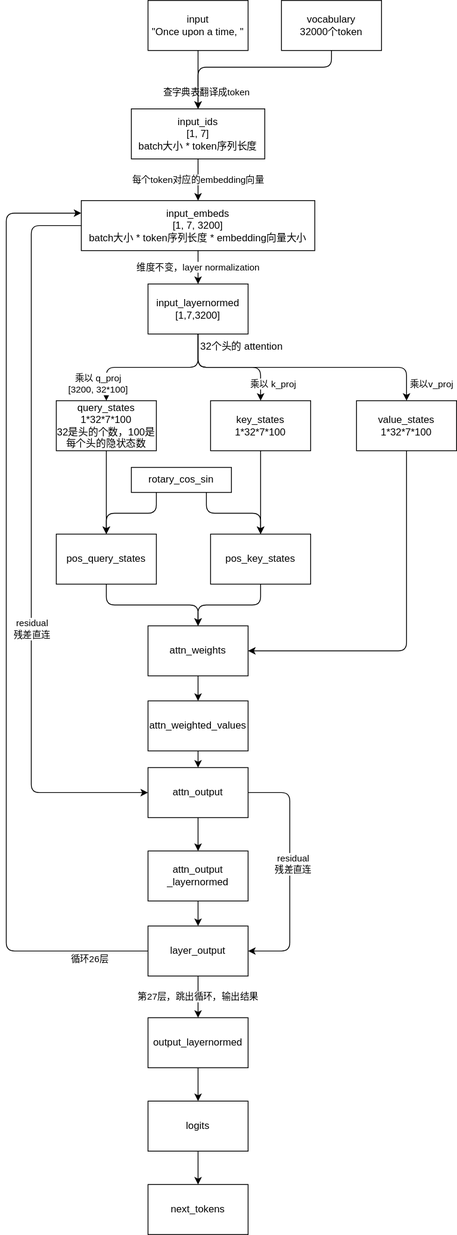
Earlier version of the draw.io export cpu-pytorch/data-flow.drawio.svg (taowen/learn-llama). Source tidied: cells renumbered, new cells last; positions are measured from the earlier drawing's top-left corner, leaving out a move shared by most shapes.
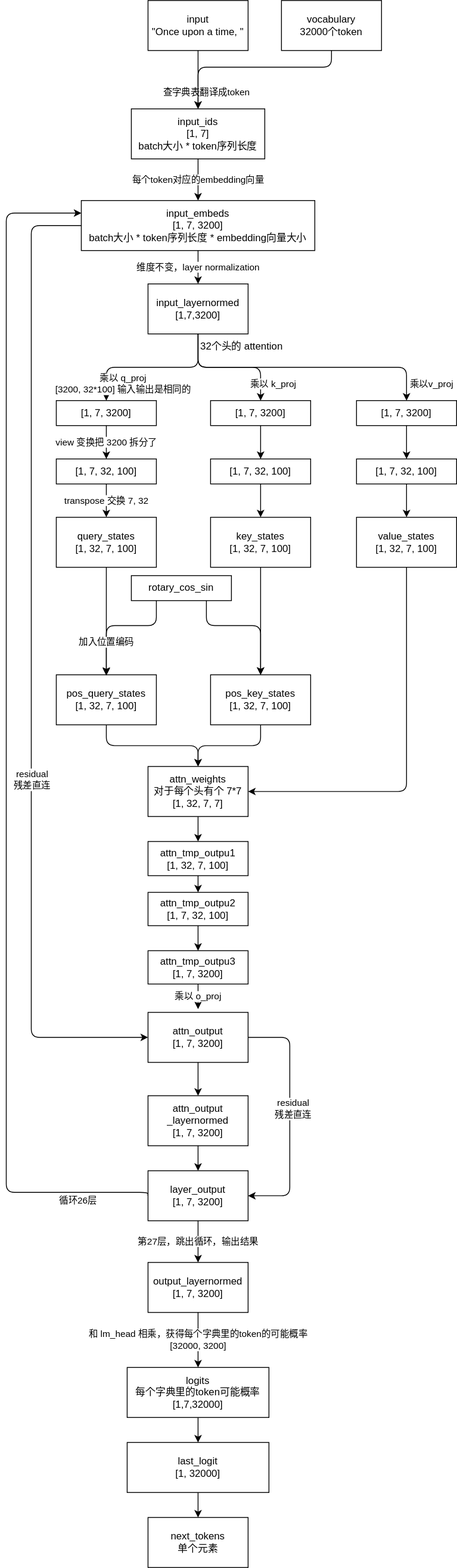
The same diagram one commit later.

What changed in the source:
```diff
@@ -26,7 +26,7 @@
       <mxGeometry relative="1" as="geometry">
         <Array as="points">
           <mxPoint x="30" y="270" />
-          <mxPoint x="30" y="950" />
+          <mxPoint x="30" y="1244" />
         </Array>
       </mxGeometry>
     </mxCell>
@@ -52,53 +52,53 @@
         </Array>
       </mxGeometry>
     </mxCell>
-    <mxCell id="12" value="乘以 q_proj&lt;br&gt;[3200, 32*100]" style="edgeStyle=orthogonalEdgeStyle;html=1;exitX=0.5;exitY=1;exitDx=0;exitDy=0;entryX=0.5;entryY=0;entryDx=0;entryDy=0;" parent="1" edge="1" source="13" target="15">
-      <mxGeometry x="0.79" y="-10" relative="1" as="geometry" />
+    <mxCell id="12" value="乘以 q_proj&lt;br&gt;[3200, 32*100] 输入输出是相同的" style="edgeStyle=orthogonalEdgeStyle;html=1;exitX=0.5;exitY=1;exitDx=0;exitDy=0;entryX=0.5;entryY=0;entryDx=0;entryDy=0;" parent="1" edge="1" source="13" target="15">
+      <mxGeometry x="0.79" y="20" relative="1" as="geometry" />
     </mxCell>
     <mxCell id="13" value="input_layernormed&lt;br&gt;[1,7,3200]" style="rounded=0;whiteSpace=wrap;html=1;" parent="1" vertex="1">
       <mxGeometry x="170" y="340" width="120" height="60" as="geometry" />
     </mxCell>
-    <mxCell id="14" style="edgeStyle=orthogonalEdgeStyle;html=1;exitX=0.5;exitY=1;exitDx=0;exitDy=0;entryX=0.5;entryY=0;entryDx=0;entryDy=0;" parent="1" edge="1" source="15" target="21">
-      <mxGeometry relative="1" as="geometry" />
-    </mxCell>
+    <mxCell id="48" value="view 变换把 3200 拆分了" style="edgeStyle=none;html=1;exitX=0.5;exitY=1;exitDx=0;exitDy=0;" parent="1" edge="1" source="15" target="54">
+      <mxGeometry relative="1" as="geometry" />
+    </mxCell>
-    <mxCell id="15" value="query_states&lt;br&gt;1*32*7*100&lt;br&gt;32是头的个数，100是每个头的隐状态数" style="rounded=0;whiteSpace=wrap;html=1;" parent="1" vertex="1">
-      <mxGeometry x="60" y="480" width="120" height="60" as="geometry" />
+    <mxCell id="15" value="[1, 7, 3200]&lt;br&gt;" style="rounded=0;whiteSpace=wrap;html=1;" parent="1" vertex="1">
+      <mxGeometry x="60" y="480" width="120" height="30" as="geometry" />
     </mxCell>
-    <mxCell id="16" style="edgeStyle=orthogonalEdgeStyle;html=1;exitX=0.5;exitY=1;exitDx=0;exitDy=0;entryX=0.5;entryY=0;entryDx=0;entryDy=0;" parent="1" edge="1" source="17" target="23">
-      <mxGeometry relative="1" as="geometry" />
-    </mxCell>
+    <mxCell id="49" style="edgeStyle=none;html=1;exitX=0.5;exitY=1;exitDx=0;exitDy=0;entryX=0.5;entryY=0;entryDx=0;entryDy=0;" parent="1" edge="1" source="17" target="56">
+      <mxGeometry relative="1" as="geometry" />
+    </mxCell>
-    <mxCell id="17" value="key_states&lt;br&gt;1*32*7*100" style="rounded=0;whiteSpace=wrap;html=1;" parent="1" vertex="1">
-      <mxGeometry x="245" y="480" width="120" height="60" as="geometry" />
+    <mxCell id="17" value="[1, 7, 3200]" style="rounded=0;whiteSpace=wrap;html=1;" parent="1" vertex="1">
+      <mxGeometry x="245" y="480" width="120" height="30" as="geometry" />
     </mxCell>
-    <mxCell id="18" style="edgeStyle=orthogonalEdgeStyle;html=1;exitX=0.5;exitY=1;exitDx=0;exitDy=0;entryX=1;entryY=0.5;entryDx=0;entryDy=0;" parent="1" edge="1" source="19" target="25">
-      <mxGeometry relative="1" as="geometry" />
-    </mxCell>
+    <mxCell id="50" style="edgeStyle=none;html=1;exitX=0.5;exitY=1;exitDx=0;exitDy=0;entryX=0.5;entryY=0;entryDx=0;entryDy=0;" parent="1" edge="1" source="19" target="62">
+      <mxGeometry relative="1" as="geometry" />
+    </mxCell>
-    <mxCell id="19" value="value_states&lt;br&gt;1*32*7*100" style="rounded=0;whiteSpace=wrap;html=1;" parent="1" vertex="1">
-      <mxGeometry x="420" y="480" width="120" height="60" as="geometry" />
+    <mxCell id="19" value="[1, 7, 3200]" style="rounded=0;whiteSpace=wrap;html=1;" parent="1" vertex="1">
+      <mxGeometry x="420" y="480" width="120" height="30" as="geometry" />
     </mxCell>
     <mxCell id="20" style="edgeStyle=orthogonalEdgeStyle;html=1;exitX=0.5;exitY=1;exitDx=0;exitDy=0;entryX=0.5;entryY=0;entryDx=0;entryDy=0;" parent="1" edge="1" source="21" target="25">
       <mxGeometry relative="1" as="geometry" />
     </mxCell>
-    <mxCell id="21" value="pos_query_states" style="rounded=0;whiteSpace=wrap;html=1;" parent="1" vertex="1">
-      <mxGeometry x="60" y="640" width="120" height="60" as="geometry" />
+    <mxCell id="21" value="pos_query_states&lt;br&gt;[1, 32, 7, 100]" style="rounded=0;whiteSpace=wrap;html=1;" parent="1" vertex="1">
+      <mxGeometry x="60" y="809" width="120" height="60" as="geometry" />
     </mxCell>
     <mxCell id="22" style="edgeStyle=orthogonalEdgeStyle;html=1;exitX=0.5;exitY=1;exitDx=0;exitDy=0;" parent="1" edge="1" source="23" target="25">
       <mxGeometry relative="1" as="geometry" />
     </mxCell>
-    <mxCell id="23" value="pos_key_states" style="rounded=0;whiteSpace=wrap;html=1;" parent="1" vertex="1">
-      <mxGeometry x="245" y="640" width="120" height="60" as="geometry" />
+    <mxCell id="23" value="pos_key_states&lt;br&gt;[1, 32, 7, 100]" style="rounded=0;whiteSpace=wrap;html=1;" parent="1" vertex="1">
+      <mxGeometry x="245" y="809" width="120" height="60" as="geometry" />
     </mxCell>
     <mxCell id="24" style="edgeStyle=orthogonalEdgeStyle;html=1;exitX=0.5;exitY=1;exitDx=0;exitDy=0;entryX=0.5;entryY=0;entryDx=0;entryDy=0;" parent="1" edge="1" source="25" target="27">
       <mxGeometry relative="1" as="geometry" />
     </mxCell>
-    <mxCell id="25" value="attn_weights" style="rounded=0;whiteSpace=wrap;html=1;" parent="1" vertex="1">
-      <mxGeometry x="170" y="750" width="120" height="60" as="geometry" />
+    <mxCell id="25" value="attn_weights&lt;br&gt;对于每个头有个 7*7&lt;br&gt;[1, 32, 7, 7]" style="rounded=0;whiteSpace=wrap;html=1;" parent="1" vertex="1">
+      <mxGeometry x="170" y="919" width="120" height="60" as="geometry" />
     </mxCell>
-    <mxCell id="26" style="edgeStyle=orthogonalEdgeStyle;html=1;exitX=0.5;exitY=1;exitDx=0;exitDy=0;entryX=0.5;entryY=0;entryDx=0;entryDy=0;" parent="1" edge="1" source="27" target="31">
-      <mxGeometry relative="1" as="geometry" />
-    </mxCell>
+    <mxCell id="51" style="edgeStyle=orthogonalEdgeStyle;html=1;exitX=0.5;exitY=1;exitDx=0;exitDy=0;entryX=0.5;entryY=0;entryDx=0;entryDy=0;" parent="1" edge="1" source="27" target="66">
+      <mxGeometry relative="1" as="geometry" />
+    </mxCell>
-    <mxCell id="27" value="attn_weighted_values" style="rounded=0;whiteSpace=wrap;html=1;" parent="1" vertex="1">
-      <mxGeometry x="170" y="840" width="120" height="60" as="geometry" />
+    <mxCell id="27" value="attn_tmp_outpu1&lt;br&gt;[1, 32, 7, 100]" style="rounded=0;whiteSpace=wrap;html=1;" parent="1" vertex="1">
+      <mxGeometry x="170" y="1009" width="120" height="41" as="geometry" />
     </mxCell>
     <mxCell id="28" style="edgeStyle=orthogonalEdgeStyle;html=1;exitX=0.5;exitY=1;exitDx=0;exitDy=0;entryX=0.5;entryY=0;entryDx=0;entryDy=0;" parent="1" edge="1" source="31" target="33">
       <mxGeometry relative="1" as="geometry" />
@@ -106,22 +106,22 @@
     <mxCell id="29" style="edgeStyle=orthogonalEdgeStyle;html=1;exitX=1;exitY=0.5;exitDx=0;exitDy=0;entryX=1;entryY=0.5;entryDx=0;entryDy=0;" parent="1" edge="1" source="31" target="36">
       <mxGeometry relative="1" as="geometry">
         <Array as="points">
-          <mxPoint x="340" y="950" />
-          <mxPoint x="340" y="1140" />
+          <mxPoint x="340" y="1244" />
+          <mxPoint x="340" y="1434" />
         </Array>
       </mxGeometry>
     </mxCell>
     <mxCell id="30" value="residual&lt;br&gt;残差直连" style="edgeLabel;html=1;align=center;verticalAlign=middle;" parent="29" vertex="1">
       <mxGeometry x="-0.07" y="3" relative="1" as="geometry" />
     </mxCell>
-    <mxCell id="31" value="attn_output" style="rounded=0;whiteSpace=wrap;html=1;" parent="1" vertex="1">
-      <mxGeometry x="170" y="920" width="120" height="60" as="geometry" />
+    <mxCell id="31" value="attn_output&lt;br&gt;[1, 7, 3200]" style="rounded=0;whiteSpace=wrap;html=1;" parent="1" vertex="1">
+      <mxGeometry x="170" y="1214" width="120" height="60" as="geometry" />
     </mxCell>
     <mxCell id="32" style="edgeStyle=orthogonalEdgeStyle;html=1;exitX=0.5;exitY=1;exitDx=0;exitDy=0;" parent="1" edge="1" source="33" target="36">
       <mxGeometry relative="1" as="geometry" />
     </mxCell>
-    <mxCell id="33" value="attn_output&lt;br&gt;_layernormed" style="rounded=0;whiteSpace=wrap;html=1;" parent="1" vertex="1">
-      <mxGeometry x="170" y="1020" width="120" height="60" as="geometry" />
+    <mxCell id="33" value="attn_output&lt;br&gt;_layernormed&lt;br&gt;[1, 7, 3200]" style="rounded=0;whiteSpace=wrap;html=1;" parent="1" vertex="1">
+      <mxGeometry x="170" y="1314" width="120" height="60" as="geometry" />
     </mxCell>
     <mxCell id="34" value="第27层，跳出循环，输出结果" style="edgeStyle=orthogonalEdgeStyle;html=1;exitX=0.5;exitY=1;exitDx=0;exitDy=0;entryX=0.5;entryY=0;entryDx=0;entryDy=0;" parent="1" edge="1" source="36" target="40">
       <mxGeometry relative="1" as="geometry" />
@@ -129,13 +129,14 @@
     <mxCell id="35" value="循环26层" style="edgeStyle=orthogonalEdgeStyle;html=1;exitX=0;exitY=0.5;exitDx=0;exitDy=0;entryX=0;entryY=0.25;entryDx=0;entryDy=0;" parent="1" edge="1" source="36" target="9">
       <mxGeometry x="-0.88" y="10" relative="1" as="geometry">
         <Array as="points">
-          <mxPoint y="1140" />
+          <mxPoint x="170" y="1430" />
+          <mxPoint y="1430" />
           <mxPoint y="255" />
         </Array>
       </mxGeometry>
     </mxCell>
-    <mxCell id="36" value="layer_output" style="rounded=0;whiteSpace=wrap;html=1;" parent="1" vertex="1">
-      <mxGeometry x="170" y="1110" width="120" height="60" as="geometry" />
+    <mxCell id="36" value="layer_output&lt;br&gt;[1, 7, 3200]" style="rounded=0;whiteSpace=wrap;html=1;" parent="1" vertex="1">
+      <mxGeometry x="170" y="1404" width="120" height="60" as="geometry" />
     </mxCell>
     <mxCell id="37" style="edgeStyle=orthogonalEdgeStyle;html=1;exitX=0.5;exitY=1;exitDx=0;exitDy=0;entryX=0.5;entryY=0;entryDx=0;entryDy=0;" parent="1" edge="1" source="38" target="5">
       <mxGeometry relative="1" as="geometry">
@@ -148,32 +149,100 @@
     <mxCell id="38" value="vocabulary&lt;br&gt;32000个token" style="rounded=0;whiteSpace=wrap;html=1;" parent="1" vertex="1">
       <mxGeometry x="330" width="120" height="60" as="geometry" />
     </mxCell>
-    <mxCell id="39" style="edgeStyle=orthogonalEdgeStyle;html=1;exitX=0.5;exitY=1;exitDx=0;exitDy=0;entryX=0.5;entryY=0;entryDx=0;entryDy=0;" parent="1" edge="1" source="40" target="42">
+    <mxCell id="39" value="和 lm_head 相乘，获得每个字典里的token的可能概率&lt;br&gt;[32000, 3200]&amp;nbsp;" style="edgeStyle=orthogonalEdgeStyle;html=1;exitX=0.5;exitY=1;exitDx=0;exitDy=0;entryX=0.5;entryY=0;entryDx=0;entryDy=0;" parent="1" edge="1" source="40" target="42">
       <mxGeometry relative="1" as="geometry" />
     </mxCell>
-    <mxCell id="40" value="output_layernormed" style="rounded=0;whiteSpace=wrap;html=1;" parent="1" vertex="1">
-      <mxGeometry x="170" y="1220" width="120" height="60" as="geometry" />
+    <mxCell id="40" value="output_layernormed&lt;br&gt;[1, 7, 3200]" style="rounded=0;whiteSpace=wrap;html=1;" parent="1" vertex="1">
+      <mxGeometry x="170" y="1514" width="120" height="60" as="geometry" />
     </mxCell>
-    <mxCell id="41" style="edgeStyle=orthogonalEdgeStyle;html=1;exitX=0.5;exitY=1;exitDx=0;exitDy=0;entryX=0.5;entryY=0;entryDx=0;entryDy=0;" parent="1" edge="1" source="42" target="43">
-      <mxGeometry relative="1" as="geometry" />
-    </mxCell>
+    <mxCell id="52" style="edgeStyle=orthogonalEdgeStyle;html=1;exitX=0.5;exitY=1;exitDx=0;exitDy=0;entryX=0.5;entryY=0;entryDx=0;entryDy=0;" parent="1" edge="1" source="42" target="70">
+      <mxGeometry relative="1" as="geometry" />
+    </mxCell>
-    <mxCell id="42" value="logits" style="rounded=0;whiteSpace=wrap;html=1;" parent="1" vertex="1">
-      <mxGeometry x="170" y="1320" width="120" height="60" as="geometry" />
+    <mxCell id="42" value="logits&lt;br&gt;每个字典里的token可能概率&lt;br&gt;[1,7,32000]" style="rounded=0;whiteSpace=wrap;html=1;" parent="1" vertex="1">
+      <mxGeometry x="145" y="1640" width="170" height="60" as="geometry" />
     </mxCell>
-    <mxCell id="43" value="next_tokens" style="rounded=0;whiteSpace=wrap;html=1;" parent="1" vertex="1">
-      <mxGeometry x="170" y="1420" width="120" height="60" as="geometry" />
+    <mxCell id="43" value="next_tokens&lt;br&gt;单个元素&amp;nbsp;" style="rounded=0;whiteSpace=wrap;html=1;" parent="1" vertex="1">
+      <mxGeometry x="170" y="1820" width="120" height="60" as="geometry" />
     </mxCell>
     <mxCell id="44" style="edgeStyle=orthogonalEdgeStyle;html=1;exitX=0.25;exitY=1;exitDx=0;exitDy=0;" parent="1" edge="1" source="46" target="21">
-      <mxGeometry relative="1" as="geometry" />
+      <mxGeometry relative="1" as="geometry">
+        <Array as="points">
+          <mxPoint x="180" y="750" />
+          <mxPoint x="120" y="750" />
+        </Array>
+      </mxGeometry>
     </mxCell>
     <mxCell id="45" style="edgeStyle=orthogonalEdgeStyle;html=1;exitX=0.75;exitY=1;exitDx=0;exitDy=0;entryX=0.5;entryY=0;entryDx=0;entryDy=0;" parent="1" edge="1" source="46" target="23">
-      <mxGeometry relative="1" as="geometry" />
+      <mxGeometry relative="1" as="geometry">
+        <Array as="points">
+          <mxPoint x="240" y="750" />
+          <mxPoint x="305" y="750" />
+        </Array>
+      </mxGeometry>
     </mxCell>
     <mxCell id="46" value="rotary_cos_sin" style="rounded=0;whiteSpace=wrap;html=1;" parent="1" vertex="1">
-      <mxGeometry x="150" y="560" width="120" height="30" as="geometry" />
+      <mxGeometry x="150" y="690" width="120" height="30" as="geometry" />
     </mxCell>
     <mxCell id="47" value="32个头的 attention" style="text;html=1;strokeColor=none;fillColor=none;align=center;verticalAlign=middle;whiteSpace=wrap;rounded=0;" parent="1" vertex="1">
       <mxGeometry x="220" y="400" width="125" height="30" as="geometry" />
     </mxCell>
+    <mxCell id="53" value="transpose 交换 7, 32" style="edgeStyle=none;html=1;exitX=0.5;exitY=1;exitDx=0;exitDy=0;entryX=0.5;entryY=0;entryDx=0;entryDy=0;" parent="1" edge="1" source="54" target="58">
+      <mxGeometry relative="1" as="geometry" />
+    </mxCell>
+    <mxCell id="54" value="[1, 7, 32, 100]" style="rounded=0;whiteSpace=wrap;html=1;" parent="1" vertex="1">
+      <mxGeometry x="60" y="550" width="120" height="30" as="geometry" />
+    </mxCell>
+    <mxCell id="55" style="edgeStyle=none;html=1;exitX=0.5;exitY=1;exitDx=0;exitDy=0;entryX=0.5;entryY=0;entryDx=0;entryDy=0;" parent="1" edge="1" source="56" target="60">
+      <mxGeometry relative="1" as="geometry" />
+    </mxCell>
+    <mxCell id="56" value="[1, 7, 32, 100]" style="rounded=0;whiteSpace=wrap;html=1;" parent="1" vertex="1">
+      <mxGeometry x="245" y="550" width="120" height="30" as="geometry" />
+    </mxCell>
+    <mxCell id="57" value="加入位置编码" style="edgeStyle=none;html=1;exitX=0.5;exitY=1;exitDx=0;exitDy=0;" parent="1" edge="1" source="58">
+      <mxGeometry x="0.38" relative="1" as="geometry">
+        <mxPoint x="120" y="810" as="targetPoint" />
+      </mxGeometry>
+    </mxCell>
+    <mxCell id="58" value="query_states&lt;br&gt;[1, 32, 7, 100]" style="rounded=0;whiteSpace=wrap;html=1;" parent="1" vertex="1">
+      <mxGeometry x="60" y="620" width="120" height="60" as="geometry" />
+    </mxCell>
+    <mxCell id="59" style="edgeStyle=none;html=1;exitX=0.5;exitY=1;exitDx=0;exitDy=0;entryX=0.5;entryY=0;entryDx=0;entryDy=0;" parent="1" edge="1" source="60" target="23">
+      <mxGeometry relative="1" as="geometry" />
+    </mxCell>
+    <mxCell id="60" value="key_states&lt;br&gt;[1, 32, 7, 100]" style="rounded=0;whiteSpace=wrap;html=1;" parent="1" vertex="1">
+      <mxGeometry x="245" y="620" width="120" height="60" as="geometry" />
+    </mxCell>
+    <mxCell id="61" style="edgeStyle=none;html=1;exitX=0.5;exitY=1;exitDx=0;exitDy=0;entryX=0.5;entryY=0;entryDx=0;entryDy=0;" parent="1" edge="1" source="62" target="64">
+      <mxGeometry relative="1" as="geometry" />
+    </mxCell>
+    <mxCell id="62" value="[1, 7, 32, 100]" style="rounded=0;whiteSpace=wrap;html=1;" parent="1" vertex="1">
+      <mxGeometry x="420" y="550" width="120" height="30" as="geometry" />
+    </mxCell>
+    <mxCell id="63" style="edgeStyle=orthogonalEdgeStyle;html=1;exitX=0.5;exitY=1;exitDx=0;exitDy=0;entryX=1;entryY=0.5;entryDx=0;entryDy=0;" parent="1" edge="1" source="64" target="25">
+      <mxGeometry relative="1" as="geometry" />
+    </mxCell>
+    <mxCell id="64" value="value_states&lt;br&gt;[1, 32, 7, 100]" style="rounded=0;whiteSpace=wrap;html=1;" parent="1" vertex="1">
+      <mxGeometry x="420" y="620" width="120" height="60" as="geometry" />
+    </mxCell>
+    <mxCell id="65" style="edgeStyle=orthogonalEdgeStyle;html=1;exitX=0.5;exitY=1;exitDx=0;exitDy=0;entryX=0.5;entryY=0;entryDx=0;entryDy=0;" parent="1" edge="1" source="66" target="68">
+      <mxGeometry relative="1" as="geometry" />
+    </mxCell>
+    <mxCell id="66" value="attn_tmp_outpu2&lt;br&gt;[1, 7, 32, 100]" style="rounded=0;whiteSpace=wrap;html=1;" parent="1" vertex="1">
+      <mxGeometry x="170" y="1070" width="120" height="40" as="geometry" />
+    </mxCell>
+    <mxCell id="67" value="乘以 o_proj" style="edgeStyle=orthogonalEdgeStyle;html=1;exitX=0.5;exitY=1;exitDx=0;exitDy=0;" parent="1" edge="1" source="68">
+      <mxGeometry relative="1" as="geometry">
+        <mxPoint x="230" y="1210" as="targetPoint" />
+      </mxGeometry>
+    </mxCell>
+    <mxCell id="68" value="attn_tmp_outpu3&lt;br&gt;[1, 7, 3200]" style="rounded=0;whiteSpace=wrap;html=1;" parent="1" vertex="1">
+      <mxGeometry x="170" y="1140" width="120" height="40" as="geometry" />
+    </mxCell>
+    <mxCell id="69" style="edgeStyle=orthogonalEdgeStyle;html=1;exitX=0.5;exitY=1;exitDx=0;exitDy=0;entryX=0.5;entryY=0;entryDx=0;entryDy=0;" parent="1" edge="1" source="70" target="43">
+      <mxGeometry relative="1" as="geometry" />
+    </mxCell>
+    <mxCell id="70" value="last_logit&lt;br&gt;[1, 32000]" style="rounded=0;whiteSpace=wrap;html=1;" parent="1" vertex="1">
+      <mxGeometry x="145" y="1730" width="170" height="60" as="geometry" />
+    </mxCell>
   </root>
 </mxGraphModel>
```
